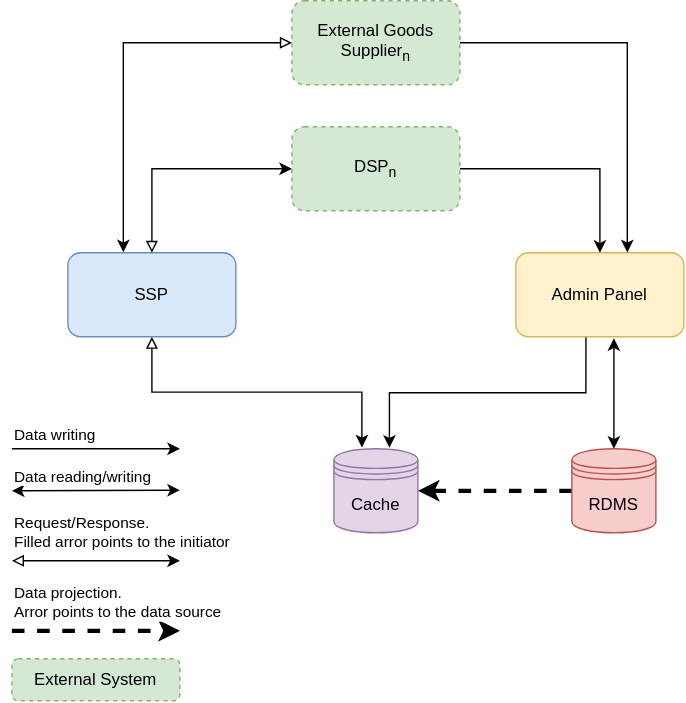
Above: general-architecture.svg in eutkin/diagrams (draw.io), before the change. Source tidied: cells renumbered, new cells last; positions are measured from the earlier drawing's top-left corner, leaving out a move shared by most shapes. Its diagram source:
```xml
<mxGraphModel>
  <root>
    <mxCell id="0" />
    <mxCell id="1" parent="0" />
    <mxCell id="2" style="edgeStyle=orthogonalEdgeStyle;rounded=0;jettySize=auto;html=1;startArrow=block;startFill=0;exitX=0.5;exitY=1;exitDx=0;exitDy=0;endArrow=classic;endFill=1;" parent="1" edge="1" source="3">
      <mxGeometry relative="1" as="geometry">
        <mxPoint x="250" y="319" as="targetPoint" />
      </mxGeometry>
    </mxCell>
    <mxCell id="3" value="SSP" style="rounded=1;whiteSpace=wrap;html=1;fillColor=#dae8fc;strokeColor=#6c8ebf;" parent="1" vertex="1">
      <mxGeometry x="40" y="180" width="120" height="60" as="geometry" />
    </mxCell>
    <mxCell id="4" style="edgeStyle=orthogonalEdgeStyle;rounded=0;jettySize=auto;html=1;entryX=0.5;entryY=0;entryDx=0;entryDy=0;startArrow=classic;startFill=1;" parent="1" edge="1" target="8">
      <mxGeometry relative="1" as="geometry">
        <mxPoint x="430" y="241" as="sourcePoint" />
      </mxGeometry>
    </mxCell>
    <mxCell id="5" style="edgeStyle=orthogonalEdgeStyle;rounded=0;jettySize=auto;html=1;entryX=0.661;entryY=-0.012;entryDx=0;entryDy=0;startArrow=none;startFill=0;exitX=0.417;exitY=1;exitDx=0;exitDy=0;entryPerimeter=0;exitPerimeter=0;endArrow=classic;endFill=1;" parent="1" edge="1" source="6" target="9">
      <mxGeometry relative="1" as="geometry" />
    </mxCell>
    <mxCell id="6" value="Admin Panel" style="rounded=1;whiteSpace=wrap;html=1;fillColor=#fff2cc;strokeColor=#d6b656;" parent="1" vertex="1">
      <mxGeometry x="360" y="180" width="120" height="60" as="geometry" />
    </mxCell>
    <mxCell id="7" style="edgeStyle=orthogonalEdgeStyle;rounded=0;jettySize=auto;html=1;entryX=1;entryY=0.5;entryDx=0;entryDy=0;startArrow=none;startFill=0;endArrow=classic;endFill=1;dashed=1;strokeWidth=3;" parent="1" edge="1" source="8" target="9">
      <mxGeometry relative="1" as="geometry" />
    </mxCell>
    <mxCell id="8" value="RDMS" style="shape=datastore;whiteSpace=wrap;html=1;fillColor=#f8cecc;strokeColor=#b85450;" parent="1" vertex="1">
      <mxGeometry x="400" y="320" width="60" height="60" as="geometry" />
    </mxCell>
    <mxCell id="9" value="Cache" style="shape=datastore;whiteSpace=wrap;html=1;fillColor=#e1d5e7;strokeColor=#9673a6;" parent="1" vertex="1">
      <mxGeometry x="230" y="320" width="60" height="60" as="geometry" />
    </mxCell>
    <mxCell id="10" style="edgeStyle=orthogonalEdgeStyle;rounded=0;jettySize=auto;html=1;entryX=0.5;entryY=0;entryDx=0;entryDy=0;startArrow=classic;startFill=1;endArrow=block;endFill=0;strokeWidth=1;" parent="1" edge="1" source="12" target="3">
      <mxGeometry relative="1" as="geometry" />
    </mxCell>
    <mxCell id="11" style="edgeStyle=orthogonalEdgeStyle;rounded=0;jettySize=auto;html=1;entryX=0.5;entryY=0;entryDx=0;entryDy=0;startArrow=none;startFill=0;endArrow=classic;endFill=1;strokeWidth=1;" parent="1" edge="1" source="12" target="6">
      <mxGeometry relative="1" as="geometry" />
    </mxCell>
    <mxCell id="12" value="DSP&lt;sub&gt;n&lt;/sub&gt;" style="rounded=1;whiteSpace=wrap;html=1;dashed=1;fillColor=#d5e8d4;strokeColor=#82b366;" parent="1" vertex="1">
      <mxGeometry x="200" y="90" width="120" height="60" as="geometry" />
    </mxCell>
    <mxCell id="13" style="edgeStyle=orthogonalEdgeStyle;rounded=0;jettySize=auto;html=1;startArrow=block;startFill=0;endArrow=classic;endFill=1;strokeWidth=1;entryX=0.33;entryY=-0.007;entryDx=0;entryDy=0;entryPerimeter=0;" parent="1" edge="1" source="15" target="3">
      <mxGeometry relative="1" as="geometry" />
    </mxCell>
    <mxCell id="14" style="edgeStyle=orthogonalEdgeStyle;rounded=0;jettySize=auto;html=1;entryX=0.663;entryY=-0.005;entryDx=0;entryDy=0;entryPerimeter=0;startArrow=none;startFill=0;endArrow=classic;endFill=1;strokeWidth=1;" parent="1" edge="1" source="15" target="6">
      <mxGeometry relative="1" as="geometry" />
    </mxCell>
    <mxCell id="15" value="External Goods Supplier&lt;sub&gt;n&lt;/sub&gt;" style="rounded=1;whiteSpace=wrap;html=1;dashed=1;fillColor=#d5e8d4;strokeColor=#82b366;" parent="1" vertex="1">
      <mxGeometry x="200" width="120" height="60" as="geometry" />
    </mxCell>
    <mxCell id="16" style="endArrow=classic;html=1;strokeWidth=1;" parent="1" edge="1">
      <mxGeometry relative="1" as="geometry">
        <mxPoint y="320" as="sourcePoint" />
        <mxPoint x="120" y="320" as="targetPoint" />
      </mxGeometry>
    </mxCell>
    <mxCell id="17" value="Data writing" style="edgeLabel;html=1;align=left;verticalAlign=middle;" parent="16" vertex="1">
      <mxGeometry x="-0.49" y="-4" relative="1" as="geometry">
        <mxPoint x="-30.8" y="-14" as="offset" />
      </mxGeometry>
    </mxCell>
    <mxCell id="18" style="endArrow=classic;html=1;strokeWidth=1;endFill=1;startArrow=block;startFill=0;" parent="1" edge="1">
      <mxGeometry relative="1" as="geometry">
        <mxPoint y="400" as="sourcePoint" />
        <mxPoint x="120" y="400" as="targetPoint" />
      </mxGeometry>
    </mxCell>
    <mxCell id="19" value="Request/Response.&amp;nbsp;&lt;br&gt;Filled arror points to the initiator" style="edgeLabel;html=1;align=left;verticalAlign=middle;" parent="18" vertex="1">
      <mxGeometry x="0.07" y="1" relative="1" as="geometry">
        <mxPoint x="-64.2" y="-19" as="offset" />
      </mxGeometry>
    </mxCell>
    <mxCell id="20" style="endArrow=classic;startArrow=classic;html=1;strokeWidth=1;" parent="1" edge="1">
      <mxGeometry relative="1" as="geometry">
        <mxPoint y="350" as="sourcePoint" />
        <mxPoint x="120" y="349.6" as="targetPoint" />
      </mxGeometry>
    </mxCell>
    <mxCell id="21" value="Data reading/writing" style="edgeLabel;html=1;align=left;verticalAlign=middle;" parent="20" vertex="1">
      <mxGeometry x="-0.07" relative="1" as="geometry">
        <mxPoint x="-55.8" y="-10" as="offset" />
      </mxGeometry>
    </mxCell>
    <mxCell id="22" style="endArrow=classic;html=1;strokeWidth=3;dashed=1;" parent="1" edge="1">
      <mxGeometry relative="1" as="geometry">
        <mxPoint y="450" as="sourcePoint" />
        <mxPoint x="120" y="450" as="targetPoint" />
      </mxGeometry>
    </mxCell>
    <mxCell id="23" value="Data projection. &lt;br&gt;Arror points to the data source" style="edgeLabel;html=1;align=left;verticalAlign=middle;" parent="22" vertex="1">
      <mxGeometry x="-0.41" y="5" relative="1" as="geometry">
        <mxPoint x="-35.8" y="-15" as="offset" />
      </mxGeometry>
    </mxCell>
    <mxCell id="24" value="External System" style="rounded=1;whiteSpace=wrap;html=1;dashed=1;fillColor=#d5e8d4;strokeColor=#82b366;" parent="1" vertex="1">
      <mxGeometry y="470" width="120" height="30" as="geometry" />
    </mxCell>
  </root>
</mxGraphModel>
```
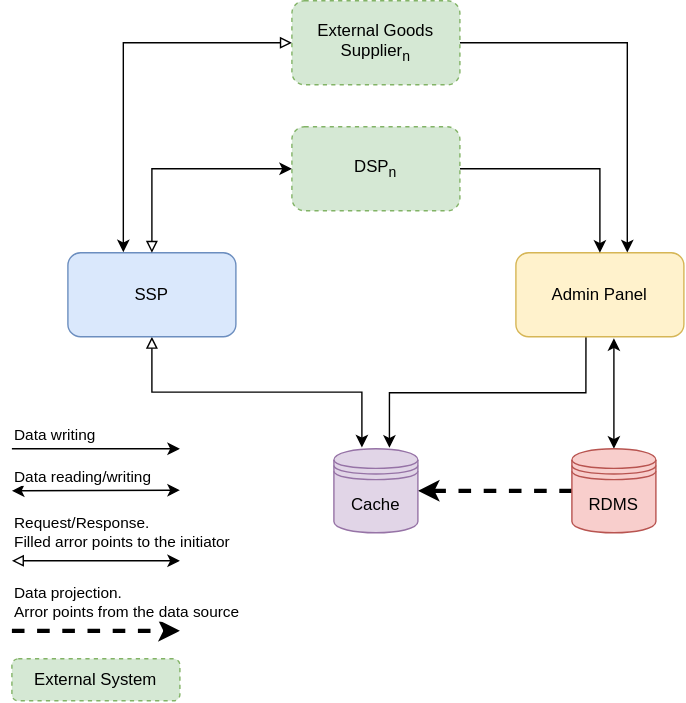
After the commit.

Change to the diagram source:
```diff
@@ -87,7 +87,7 @@
         <mxPoint x="120" y="450" as="targetPoint" />
       </mxGeometry>
     </mxCell>
-    <mxCell id="23" value="Data projection. &lt;br&gt;Arror points to the data source" style="edgeLabel;html=1;align=left;verticalAlign=middle;" parent="22" vertex="1">
+    <mxCell id="23" value="Data projection. &lt;br&gt;Arror points from the data source" style="edgeLabel;html=1;align=left;verticalAlign=middle;" parent="22" vertex="1">
       <mxGeometry x="-0.41" y="5" relative="1" as="geometry">
         <mxPoint x="-35.8" y="-15" as="offset" />
       </mxGeometry>
```
